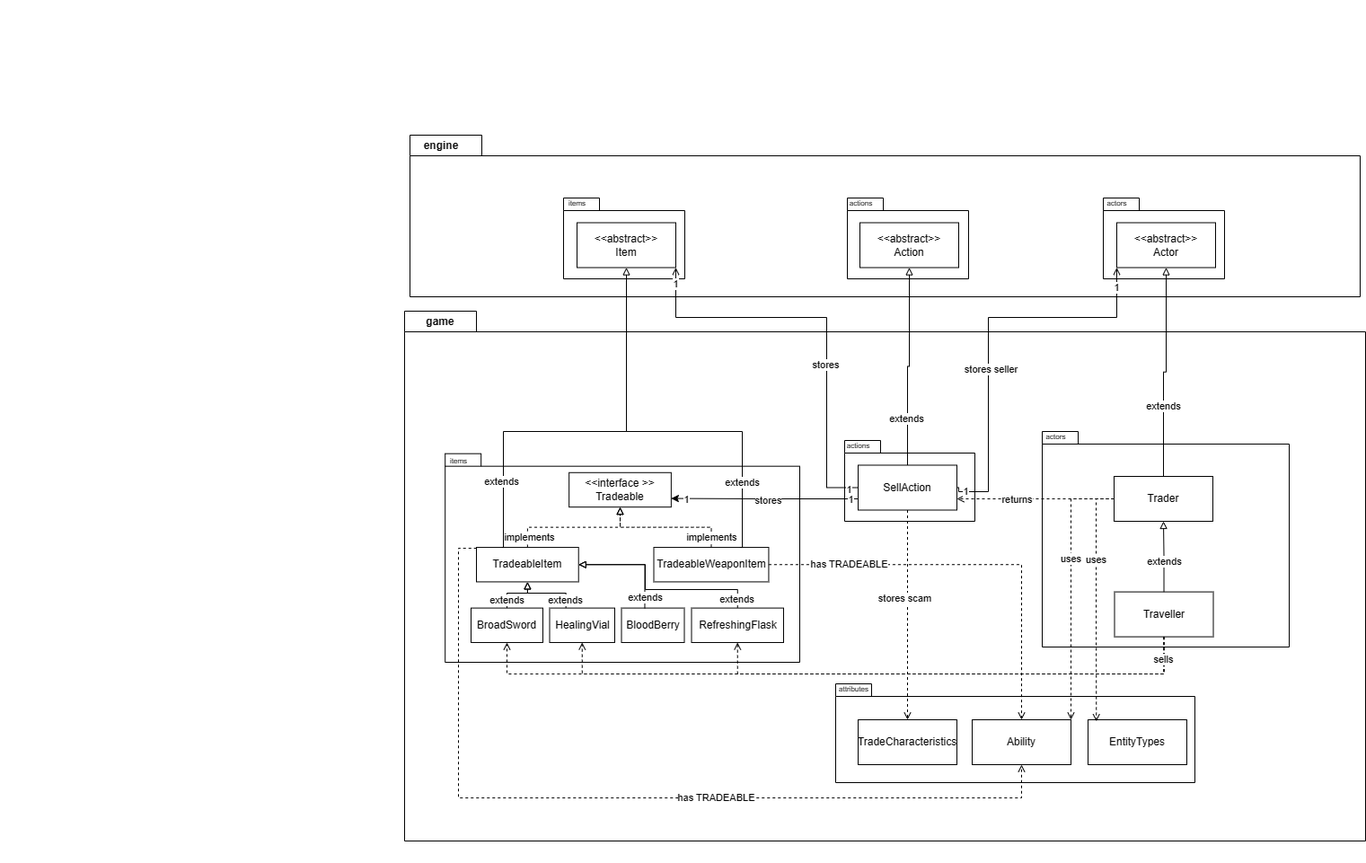
Before: docs/design/A2-UML/REQ3.drawio.png, a diagram exported from draw.io (dboo0012/Designborne). Source tidied: cells renumbered, new cells last; positions are measured from the earlier drawing's top-left corner, leaving out a move shared by most shapes.
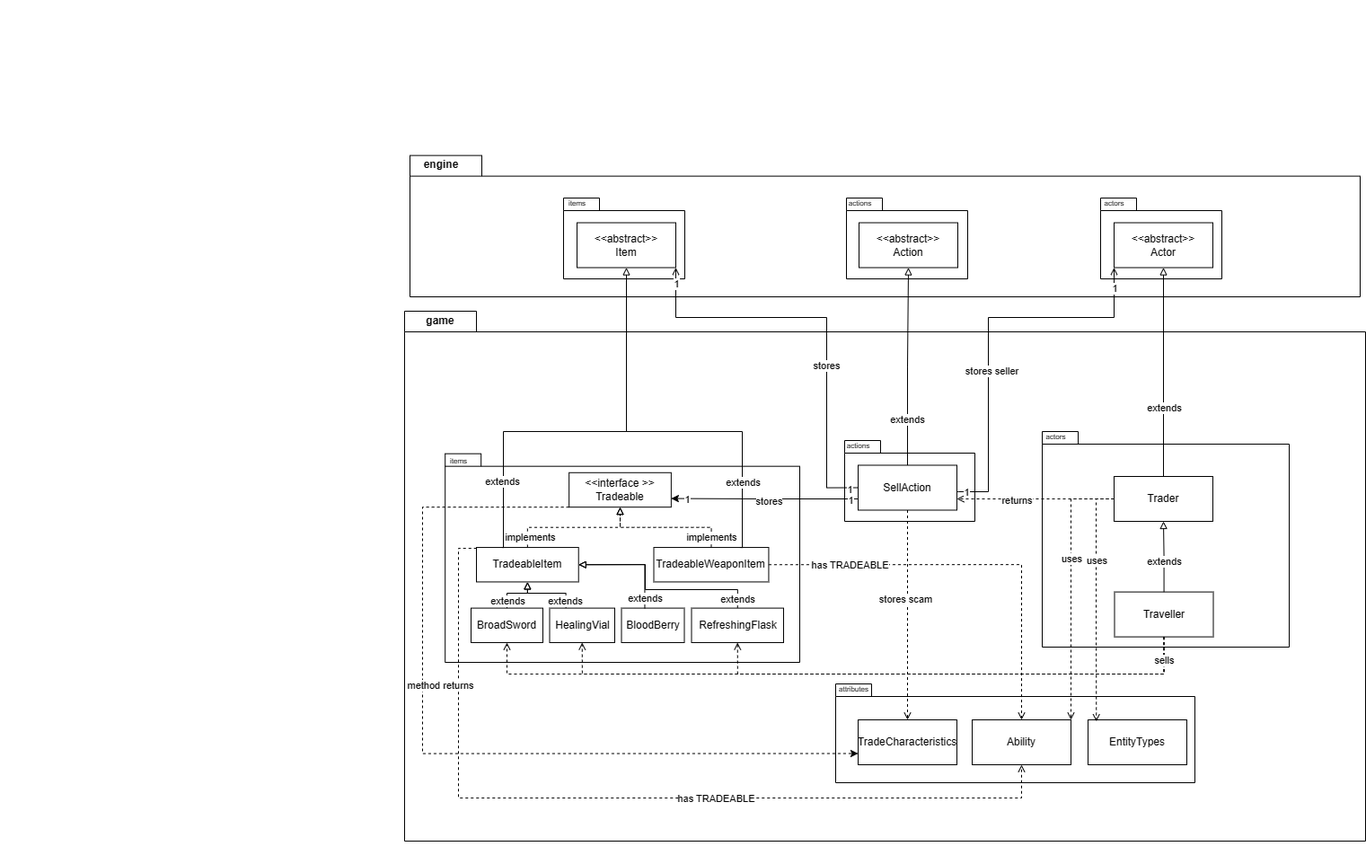
After the commit.

Commit message:
Update REQ3 UML

Change to the diagram source:
```diff
@@ -2,9 +2,15 @@
   <root>
     <mxCell id="0" />
     <mxCell id="1" parent="0" />
+    <mxCell id="97" style="group;" parent="1" vertex="1">
+      <mxGeometry x="456" y="170" width="1058" height="160" as="geometry" />
+    </mxCell>
-    <mxCell id="2" style="shape=folder;fontStyle=1;tabWidth=80;tabHeight=23;tabPosition=left;html=1;boundedLbl=1;labelInHeader=1;whiteSpace=wrap;align=left;" parent="1" vertex="1">
-      <mxGeometry x="456" y="150" width="1058" height="180" as="geometry" />
+    <mxCell id="2" style="shape=folder;fontStyle=1;tabWidth=80;tabHeight=23;tabPosition=left;html=1;boundedLbl=1;labelInHeader=1;whiteSpace=wrap;align=left;" parent="97" vertex="1">
+      <mxGeometry y="2.6" width="1058" height="157.4" as="geometry" />
     </mxCell>
+    <mxCell id="96" value="engine" style="text;html=1;strokeColor=none;fillColor=none;align=center;verticalAlign=middle;whiteSpace=wrap;rounded=0;fontStyle=1;" parent="97" vertex="1">
+      <mxGeometry x="5" width="60" height="26.2" as="geometry" />
+    </mxCell>
     <mxCell id="3" style="group;" parent="1" vertex="1">
       <mxGeometry x="350" y="346" width="1170" height="590" as="geometry" />
     </mxCell>
@@ -245,6 +251,19 @@
         <mxPoint x="14" y="-17" as="offset" />
       </mxGeometry>
     </mxCell>
+    <mxCell id="98" style="edgeStyle=orthogonalEdgeStyle;rounded=0;jettySize=auto;html=1;exitX=0;exitY=1;exitDx=0;exitDy=0;entryX=0;entryY=0.75;entryDx=0;entryDy=0;dashed=1;" parent="3" edge="1" source="19" target="47">
+      <mxGeometry relative="1" as="geometry">
+        <Array as="points">
+          <mxPoint x="120" y="218" />
+          <mxPoint x="120" y="493" />
+        </Array>
+      </mxGeometry>
+    </mxCell>
+    <mxCell id="99" value="method returns" style="edgeLabel;html=1;align=center;verticalAlign=middle;" parent="98" vertex="1">
+      <mxGeometry x="-0.22" relative="1" as="geometry">
+        <mxPoint x="19" as="offset" />
+      </mxGeometry>
+    </mxCell>
     <mxCell id="66" style="html=1;strokeColor=none;fillColor=none;whiteSpace=wrap;" parent="1" vertex="1">
       <mxGeometry x="200" y="410" width="20" height="20" as="geometry">
         <mxPoint y="30" as="offset" />
@@ -269,7 +288,7 @@
       </mxGeometry>
     </mxCell>
     <mxCell id="70" style="group;" parent="1" vertex="1">
-      <mxGeometry x="933" y="210" width="145" height="100" as="geometry" />
+      <mxGeometry x="932" y="210" width="145" height="100" as="geometry" />
     </mxCell>
     <mxCell id="71" style="shape=folder;fontStyle=1;spacingTop=10;tabWidth=40;tabHeight=14;tabPosition=left;html=1;whiteSpace=wrap;" parent="70" vertex="1">
       <mxGeometry x="10" y="10" width="135" height="90" as="geometry" />
@@ -312,7 +331,7 @@
       <mxGeometry x="-0.53" y="1" relative="1" as="geometry" />
     </mxCell>
     <mxCell id="82" style="group;" parent="1" vertex="1">
-      <mxGeometry x="1218" y="210" width="145" height="100" as="geometry" />
+      <mxGeometry x="1215" y="210" width="145" height="100" as="geometry" />
     </mxCell>
     <mxCell id="83" style="shape=folder;fontStyle=1;spacingTop=10;tabWidth=40;tabHeight=14;tabPosition=left;html=1;whiteSpace=wrap;" parent="82" vertex="1">
       <mxGeometry x="10" y="10" width="135" height="90" as="geometry" />
@@ -368,8 +387,5 @@
         <mxPoint y="-3" as="offset" />
       </mxGeometry>
     </mxCell>
-    <mxCell id="96" value="engine" style="text;html=1;strokeColor=none;fillColor=none;align=center;verticalAlign=middle;whiteSpace=wrap;rounded=0;fontStyle=1;" parent="1" vertex="1">
-      <mxGeometry x="461" y="147" width="60" height="30" as="geometry" />
-    </mxCell>
   </root>
 </mxGraphModel>
```
